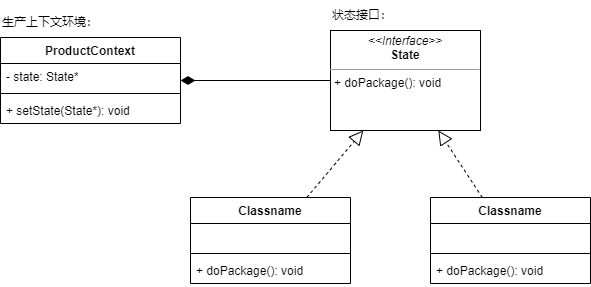
Above: 博客/知识总结/设计模式/状态模式.drawio.png in su-dd/CDN (draw.io), before the change. Source tidied: cells renumbered, new cells last; positions are measured from the earlier drawing's top-left corner, leaving out a move shared by most shapes.
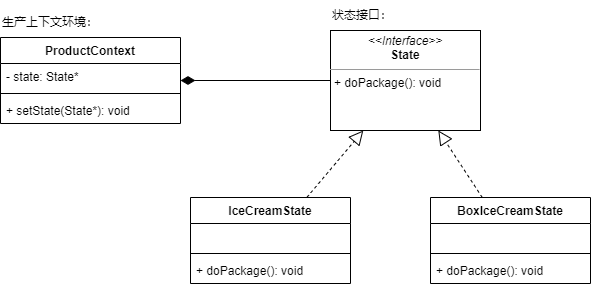
Later version of the same file.

Change to the diagram source:
```diff
@@ -23,7 +23,7 @@
     <mxCell id="8" style="edgeStyle=none;html=1;endArrow=block;endFill=0;endSize=12;dashed=1;" parent="1" edge="1" source="9" target="7">
       <mxGeometry relative="1" as="geometry" />
     </mxCell>
-    <mxCell id="9" value="Classname" style="swimlane;fontStyle=1;align=center;verticalAlign=top;horizontal=1;startSize=26;" parent="1" vertex="1">
+    <mxCell id="9" value="IceCreamState" style="swimlane;fontStyle=1;align=center;verticalAlign=top;horizontal=1;startSize=26;" parent="1" vertex="1">
       <mxGeometry x="190" y="197" width="160" height="86" as="geometry" />
     </mxCell>
     <mxCell id="10" value=" " style="text;strokeColor=none;fillColor=none;align=left;verticalAlign=top;spacingLeft=4;spacingRight=4;overflow=hidden;" parent="9" vertex="1">
@@ -38,7 +38,7 @@
     <mxCell id="13" style="edgeStyle=none;html=1;endArrow=block;endFill=0;endSize=12;dashed=1;" parent="1" edge="1" source="14" target="7">
       <mxGeometry relative="1" as="geometry" />
     </mxCell>
-    <mxCell id="14" value="Classname" style="swimlane;fontStyle=1;align=center;verticalAlign=top;horizontal=1;startSize=26;" parent="1" vertex="1">
+    <mxCell id="14" value="BoxIceCreamState" style="swimlane;fontStyle=1;align=center;verticalAlign=top;horizontal=1;startSize=26;" parent="1" vertex="1">
       <mxGeometry x="430" y="197" width="160" height="86" as="geometry" />
     </mxCell>
     <mxCell id="15" value=" " style="text;strokeColor=none;fillColor=none;align=left;verticalAlign=top;spacingLeft=4;spacingRight=4;overflow=hidden;" parent="14" vertex="1">
```
